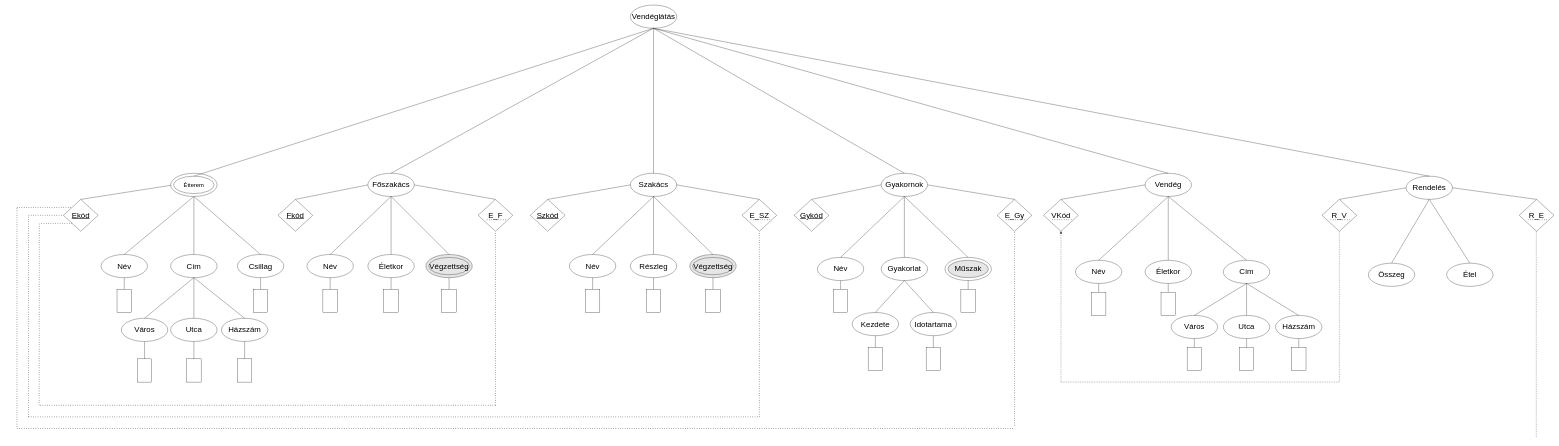
The draw.io diagram S7KTW0_1008/XDMS7KTW0.drawio in KatoAndras/S7KTW0XML, before the edit. Source tidied: cells renumbered, new cells numbered last; positions are measured from the earlier drawing's top-left corner, leaving out a move shared by most shapes. Both pictures are drawn from the tidied source at 29%, with x=0, y=0 at pixel (17, 5).
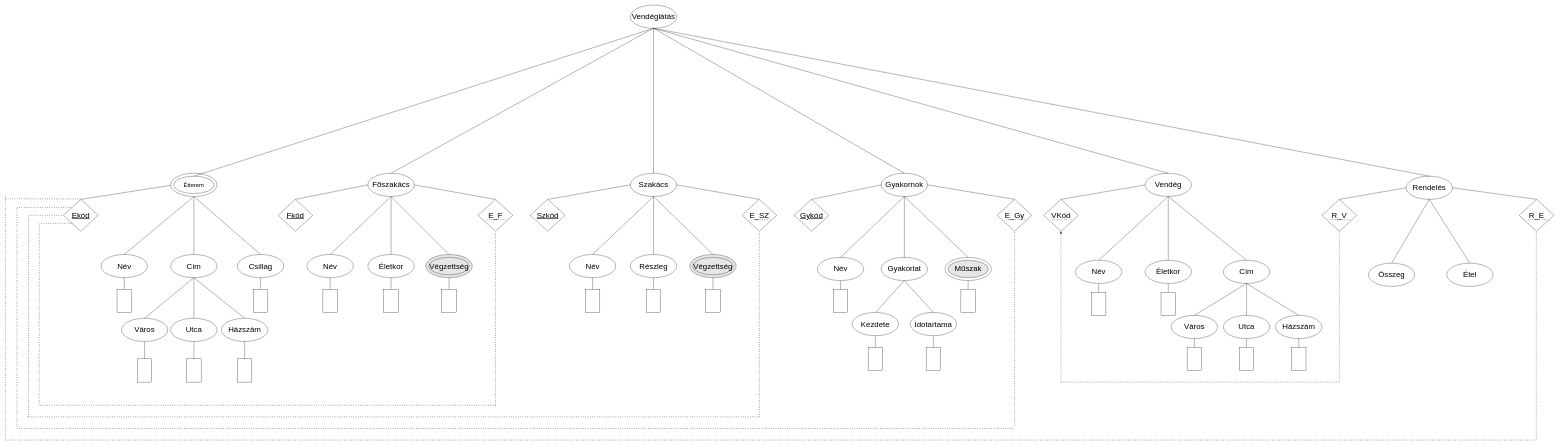
Above is the later version.

The edit, as a diff of the source:
```diff
@@
     <mxCell id="157" style="endArrow=none;html=1;rounded=0;dashed=1;entryX=0.5;entryY=1;entryDx=0;entryDy=0;" parent="1" edge="1">
       <mxGeometry relative="1" as="geometry">
-        <mxPoint x="5239" y="1490" as="sourcePoint" />
+        <mxPoint x="5239" y="1500" as="sourcePoint" />
         <mxPoint x="5239.2" y="780" as="targetPoint" />
       </mxGeometry>
     </mxCell>
+    <mxCell id="158" style="endArrow=none;dashed=1;html=1;dashPattern=1 3;strokeWidth=2;rounded=0;" parent="1" edge="1">
+      <mxGeometry relative="1" as="geometry">
+        <mxPoint x="-40" y="1500" as="sourcePoint" />
+        <mxPoint x="5240" y="1500" as="targetPoint" />
+      </mxGeometry>
+    </mxCell>
+    <mxCell id="159" style="endArrow=none;dashed=1;html=1;dashPattern=1 3;strokeWidth=2;rounded=0;" parent="1" edge="1">
+      <mxGeometry relative="1" as="geometry">
+        <mxPoint x="-40" y="660" as="sourcePoint" />
+        <mxPoint x="-40" y="1500" as="targetPoint" />
+      </mxGeometry>
+    </mxCell>
+    <mxCell id="160" style="endArrow=none;dashed=1;html=1;dashPattern=1 3;strokeWidth=2;rounded=0;entryX=0;entryY=0;entryDx=0;entryDy=0;" parent="1" edge="1">
+      <mxGeometry relative="1" as="geometry">
+        <mxPoint x="-40" y="668" as="sourcePoint" />
+        <mxPoint x="220" y="668.5" as="targetPoint" />
+      </mxGeometry>
+    </mxCell>
```
